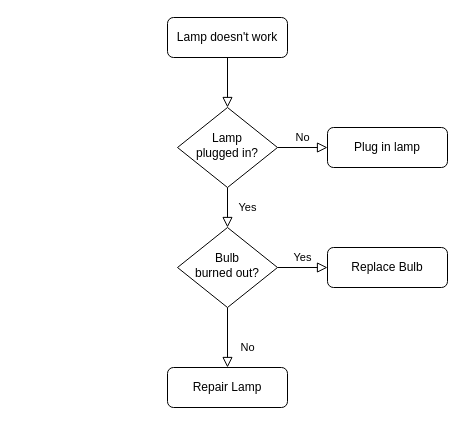
Above: schema-architecure.drawio in Theodagan/oc-4-technologies-et-paradigmes (draw.io), before the change. Source tidied: cells renumbered, new cells numbered last; positions are measured from the earlier drawing's top-left corner, leaving out a move shared by most shapes. Both pictures are drawn from the tidied source at 100%, with x=0, y=0 at pixel (167, 17).
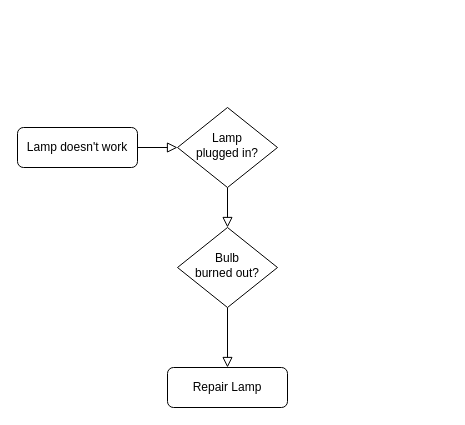
Above is the later version.

Commit message:
Mettre à jour schema-architecure.drawio

Change to the diagram source:
```diff
@@
 <mxGraphModel>
   <root>
     <mxCell id="0" />
     <mxCell id="1" parent="0" />
     <mxCell id="2" style="rounded=0;html=1;jettySize=auto;fontSize=11;endArrow=block;endFill=0;endSize=8;strokeWidth=1;shadow=0;labelBackgroundColor=none;edgeStyle=orthogonalEdgeStyle;" parent="1" edge="1" source="3" target="6">
       <mxGeometry relative="1" as="geometry" />
     </mxCell>
     <mxCell id="3" value="Lamp doesn't work" style="rounded=1;whiteSpace=wrap;html=1;fontSize=12;glass=0;strokeWidth=1;shadow=0;" parent="1" vertex="1">
-      <mxGeometry width="120" height="40" as="geometry" />
+      <mxGeometry x="-150" y="110" width="120" height="40" as="geometry" />
     </mxCell>
-    <mxCell id="4" value="Yes" style="rounded=0;html=1;jettySize=auto;fontSize=11;endArrow=block;endFill=0;endSize=8;strokeWidth=1;shadow=0;labelBackgroundColor=none;edgeStyle=orthogonalEdgeStyle;" parent="1" edge="1" source="6" target="10">
+    <mxCell id="4" style="rounded=0;html=1;jettySize=auto;fontSize=11;endArrow=block;endFill=0;endSize=8;strokeWidth=1;shadow=0;labelBackgroundColor=none;edgeStyle=orthogonalEdgeStyle;" parent="1" edge="1" source="6" target="10">
       <mxGeometry y="20" relative="1" as="geometry" />
     </mxCell>
-    <mxCell id="5" value="No" style="edgeStyle=orthogonalEdgeStyle;rounded=0;html=1;jettySize=auto;fontSize=11;endArrow=block;endFill=0;endSize=8;strokeWidth=1;shadow=0;labelBackgroundColor=none;" parent="1" edge="1" source="6" target="7">
-      <mxGeometry y="10" relative="1" as="geometry" />
-    </mxCell>
     <mxCell id="6" value="Lamp&lt;br&gt;plugged in?" style="rhombus;whiteSpace=wrap;html=1;shadow=0;fontFamily=Helvetica;fontSize=12;align=center;strokeWidth=1;spacing=6;spacingTop=-4;" parent="1" vertex="1">
       <mxGeometry x="10" y="90" width="100" height="80" as="geometry" />
     </mxCell>
-    <mxCell id="7" value="Plug in lamp" style="rounded=1;whiteSpace=wrap;html=1;fontSize=12;glass=0;strokeWidth=1;shadow=0;" parent="1" vertex="1">
-      <mxGeometry x="160" y="110" width="120" height="40" as="geometry" />
-    </mxCell>
-    <mxCell id="8" value="No" style="rounded=0;html=1;jettySize=auto;fontSize=11;endArrow=block;endFill=0;endSize=8;strokeWidth=1;shadow=0;labelBackgroundColor=none;edgeStyle=orthogonalEdgeStyle;" parent="1" edge="1" source="10" target="11">
+    <mxCell id="8" style="rounded=0;html=1;jettySize=auto;fontSize=11;endArrow=block;endFill=0;endSize=8;strokeWidth=1;shadow=0;labelBackgroundColor=none;edgeStyle=orthogonalEdgeStyle;" parent="1" edge="1" source="10" target="11">
       <mxGeometry x="0.33" y="20" relative="1" as="geometry" />
     </mxCell>
-    <mxCell id="9" value="Yes" style="edgeStyle=orthogonalEdgeStyle;rounded=0;html=1;jettySize=auto;fontSize=11;endArrow=block;endFill=0;endSize=8;strokeWidth=1;shadow=0;labelBackgroundColor=none;" parent="1" edge="1" source="10" target="12">
-      <mxGeometry y="10" relative="1" as="geometry" />
-    </mxCell>
     <mxCell id="10" value="Bulb&lt;br&gt;burned out?" style="rhombus;whiteSpace=wrap;html=1;shadow=0;fontFamily=Helvetica;fontSize=12;align=center;strokeWidth=1;spacing=6;spacingTop=-4;" parent="1" vertex="1">
       <mxGeometry x="10" y="210" width="100" height="80" as="geometry" />
     </mxCell>
     <mxCell id="11" value="Repair Lamp" style="rounded=1;whiteSpace=wrap;html=1;fontSize=12;glass=0;strokeWidth=1;shadow=0;" parent="1" vertex="1">
       <mxGeometry y="350" width="120" height="40" as="geometry" />
     </mxCell>
-    <mxCell id="12" value="Replace Bulb" style="rounded=1;whiteSpace=wrap;html=1;fontSize=12;glass=0;strokeWidth=1;shadow=0;" parent="1" vertex="1">
-      <mxGeometry x="160" y="230" width="120" height="40" as="geometry" />
-    </mxCell>
   </root>
 </mxGraphModel>
```
